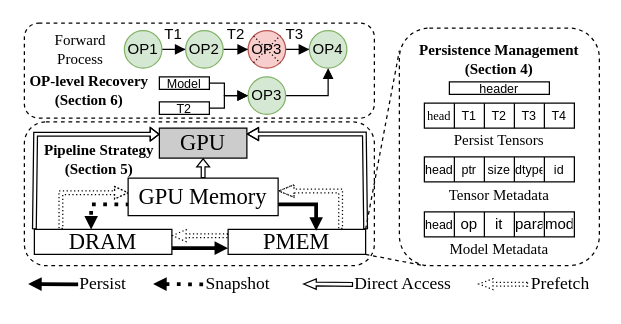
Before: fig/system_design.drawio in icszhr/NCheck, a draw.io diagram. Source tidied: cells renumbered, new cells numbered last; positions are measured from the earlier drawing's top-left corner, leaving out a move shared by most shapes. Both pictures are drawn from the tidied source at 125%, with x=0, y=0 at pixel (24, 21).
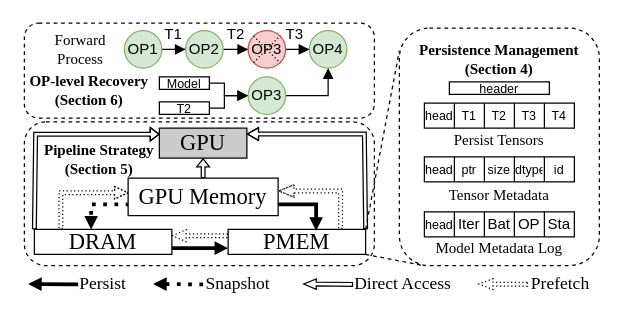
Above is the later version.

The change refers to these unchanged cells:
```xml
<mxCell id="20" style="shape=tableRow;horizontal=0;startSize=0;swimlaneHead=0;swimlaneBody=0;strokeColor=inherit;top=0;left=0;bottom=0;right=0;fillColor=none;" parent="19" vertex="1">
  <mxGeometry width="120" height="20" as="geometry" />
</mxCell>
<mxCell id="36" style="shape=tableRow;horizontal=0;startSize=0;swimlaneHead=0;swimlaneBody=0;strokeColor=inherit;top=0;left=0;bottom=0;right=0;fillColor=none;" parent="35" vertex="1">
  <mxGeometry width="120" height="20" as="geometry" />
</mxCell>
```

What changed in the source:
```diff
@@
-    <mxCell id="21" value="&lt;font face=&quot;Times New Roman&quot; style=&quot;font-size: 10px;&quot;&gt;head&lt;/font&gt;" style="shape=partialRectangle;html=1;whiteSpace=wrap;strokeColor=inherit;overflow=hidden;fillColor=none;top=0;left=0;bottom=0;right=0;" parent="20" vertex="1">
+    <mxCell id="21" value="&lt;font face=&quot;Helvetica&quot; style=&quot;font-size: 10px;&quot;&gt;head&lt;/font&gt;" style="shape=partialRectangle;html=1;whiteSpace=wrap;strokeColor=inherit;overflow=hidden;fillColor=none;top=0;left=0;bottom=0;right=0;" parent="20" vertex="1">
       <mxGeometry width="24" height="20" as="geometry" />
     </mxCell>
@@
-    <mxCell id="38" value="op" style="shape=partialRectangle;html=1;whiteSpace=wrap;strokeColor=inherit;overflow=hidden;fillColor=none;top=0;left=0;bottom=0;right=0;" parent="36" vertex="1">
+    <mxCell id="38" value="Iter" style="shape=partialRectangle;html=1;whiteSpace=wrap;strokeColor=inherit;overflow=hidden;fillColor=none;top=0;left=0;bottom=0;right=0;" parent="36" vertex="1">
       <mxGeometry x="24" width="24" height="20" as="geometry" />
     </mxCell>
-    <mxCell id="39" value="it" style="shape=partialRectangle;html=1;whiteSpace=wrap;strokeColor=inherit;overflow=hidden;fillColor=none;top=0;left=0;bottom=0;right=0;" parent="36" vertex="1">
+    <mxCell id="39" value="Bat" style="shape=partialRectangle;html=1;whiteSpace=wrap;strokeColor=inherit;overflow=hidden;fillColor=none;top=0;left=0;bottom=0;right=0;" parent="36" vertex="1">
       <mxGeometry x="48" width="24" height="20" as="geometry" />
     </mxCell>
-    <mxCell id="40" value="para" style="shape=partialRectangle;html=1;whiteSpace=wrap;strokeColor=inherit;overflow=hidden;fillColor=none;top=0;left=0;bottom=0;right=0;" parent="36" vertex="1">
+    <mxCell id="40" value="OP" style="shape=partialRectangle;html=1;whiteSpace=wrap;strokeColor=inherit;overflow=hidden;fillColor=none;top=0;left=0;bottom=0;right=0;" parent="36" vertex="1">
       <mxGeometry x="72" width="24" height="20" as="geometry" />
     </mxCell>
-    <mxCell id="41" value="mod" style="shape=partialRectangle;html=1;whiteSpace=wrap;strokeColor=inherit;overflow=hidden;fillColor=none;top=0;left=0;bottom=0;right=0;" parent="36" vertex="1">
+    <mxCell id="41" value="Sta" style="shape=partialRectangle;html=1;whiteSpace=wrap;strokeColor=inherit;overflow=hidden;fillColor=none;top=0;left=0;bottom=0;right=0;" parent="36" vertex="1">
       <mxGeometry x="96" width="24" height="20" as="geometry" />
     </mxCell>
-    <mxCell id="42" value="&lt;font face=&quot;Times New Roman&quot;&gt;Model Metadata&lt;/font&gt;" style="text;html=1;align=center;verticalAlign=middle;whiteSpace=wrap;rounded=0;" parent="1" vertex="1">
-      <mxGeometry x="330" y="167" width="100" height="30" as="geometry" />
+    <mxCell id="42" value="&lt;font face=&quot;Times New Roman&quot;&gt;Model Metadata Log&lt;/font&gt;" style="text;html=1;align=center;verticalAlign=middle;whiteSpace=wrap;rounded=0;" parent="1" vertex="1">
+      <mxGeometry x="325" y="166" width="110" height="30" as="geometry" />
     </mxCell>
```
